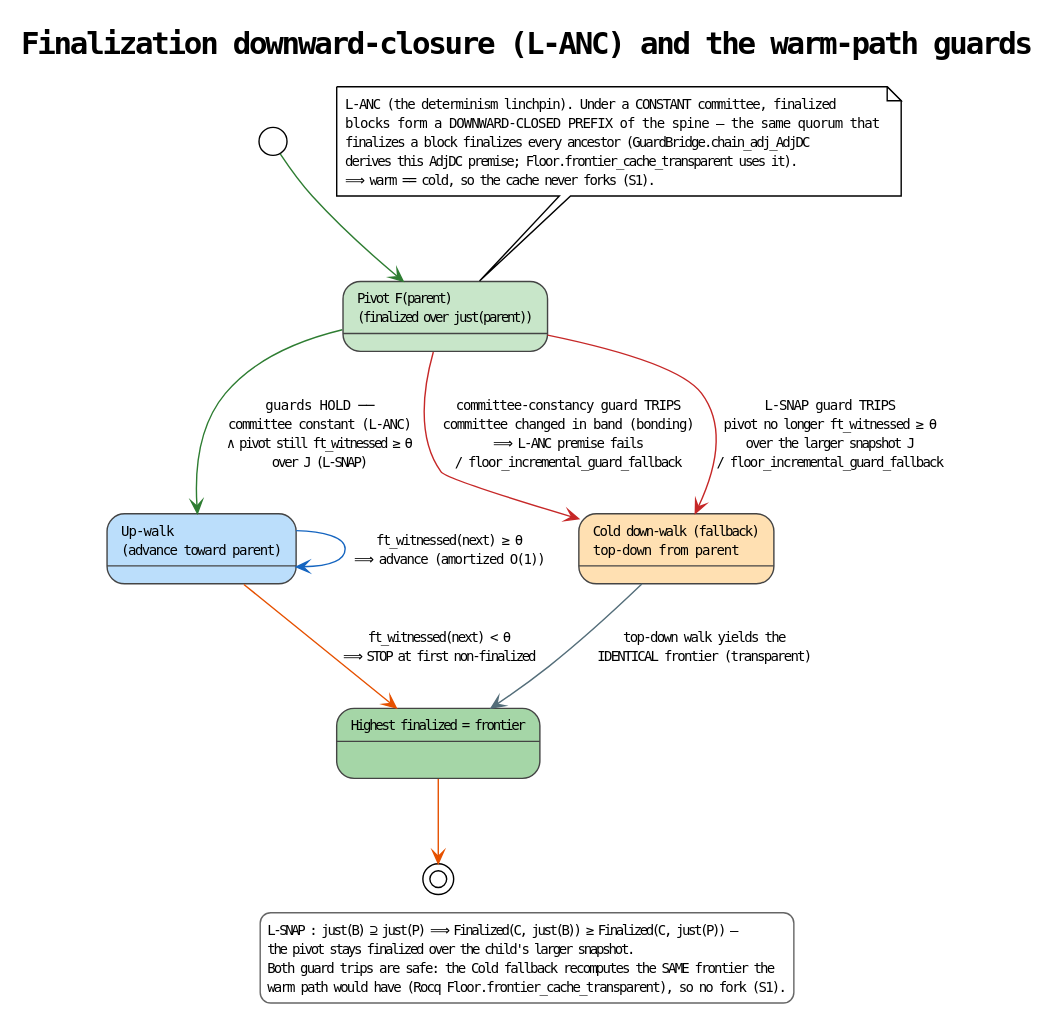
The PlantUML diagram docs/theory/finalized-floor/diagrams/06-state-finalization-guards.svg in F1R3FLY-io/f1r3node-rust, before a commit.
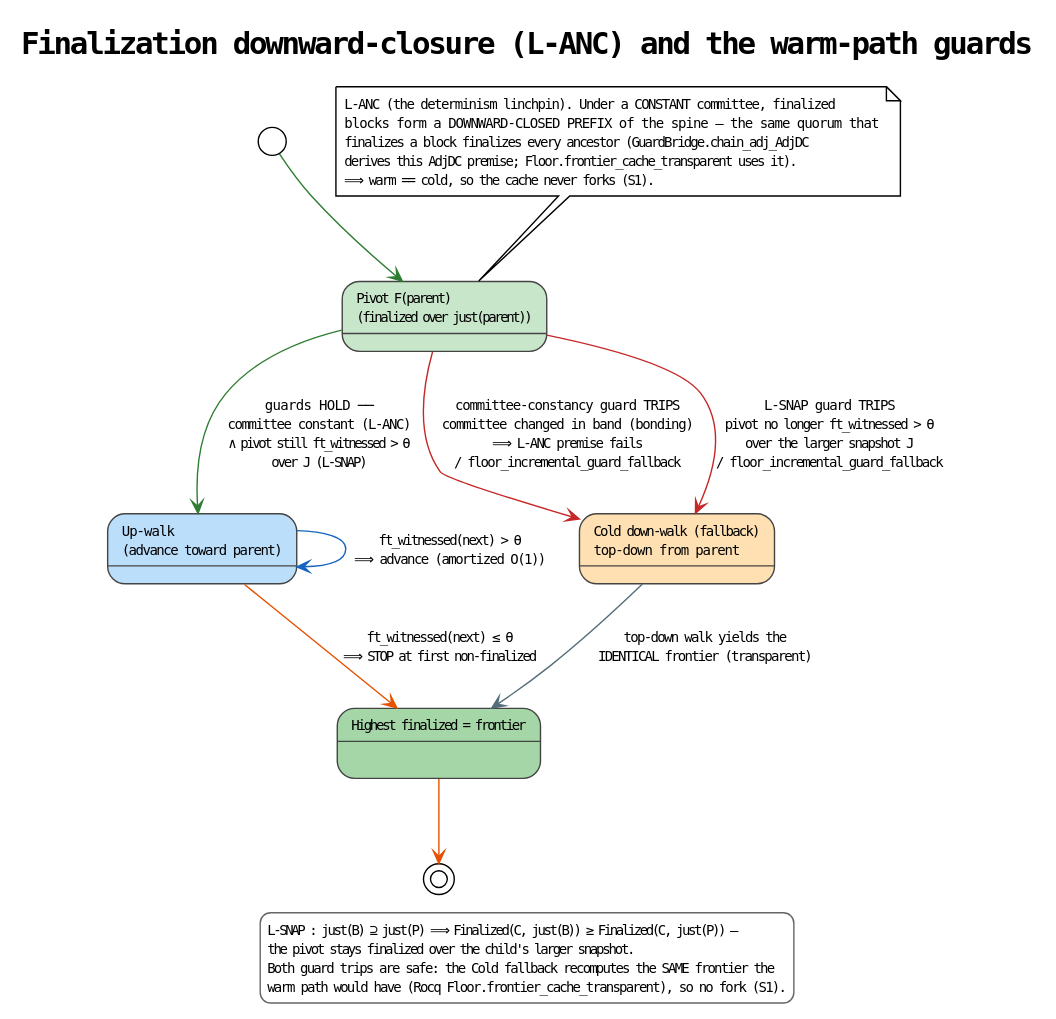
After the commit.

What changed in the source:
```diff
@@ -25,13 +25,13 @@
 
 [*] -[#2E7D32]-> Pivot
 
-Pivot   -[#2E7D32]-> Upwalk : guards HOLD ──\ncommittee constant (L-ANC)\n∧ pivot still ft_witnessed ≥ θ\nover J (L-SNAP)
+Pivot   -[#2E7D32]-> Upwalk : guards HOLD ──\ncommittee constant (L-ANC)\n∧ pivot still ft_witnessed > θ\nover J (L-SNAP)
 
-Upwalk  -[#1565C0]-> Upwalk : ft_witnessed(next) ≥ θ\n⟹ advance  (amortized O(1))
-Upwalk  -[#E65100]-> Frontier : ft_witnessed(next) < θ\n⟹ STOP at first non-finalized
+Upwalk  -[#1565C0]-> Upwalk : ft_witnessed(next) > θ\n⟹ advance  (amortized O(1))
+Upwalk  -[#E65100]-> Frontier : ft_witnessed(next) ≤ θ\n⟹ STOP at first non-finalized
 
 Pivot   -[#C62828]-> Cold : committee-constancy guard TRIPS\ncommittee changed in band (bonding)\n⟹ L-ANC premise fails\n/ floor_incremental_guard_fallback
-Pivot   -[#C62828]-> Cold : L-SNAP guard TRIPS\npivot no longer ft_witnessed ≥ θ\nover the larger snapshot J\n/ floor_incremental_guard_fallback
+Pivot   -[#C62828]-> Cold : L-SNAP guard TRIPS\npivot no longer ft_witnessed > θ\nover the larger snapshot J\n/ floor_incremental_guard_fallback
 
 Cold    -[#546E7A]-> Frontier : top-down walk yields the\nIDENTICAL frontier (transparent)
 
```
